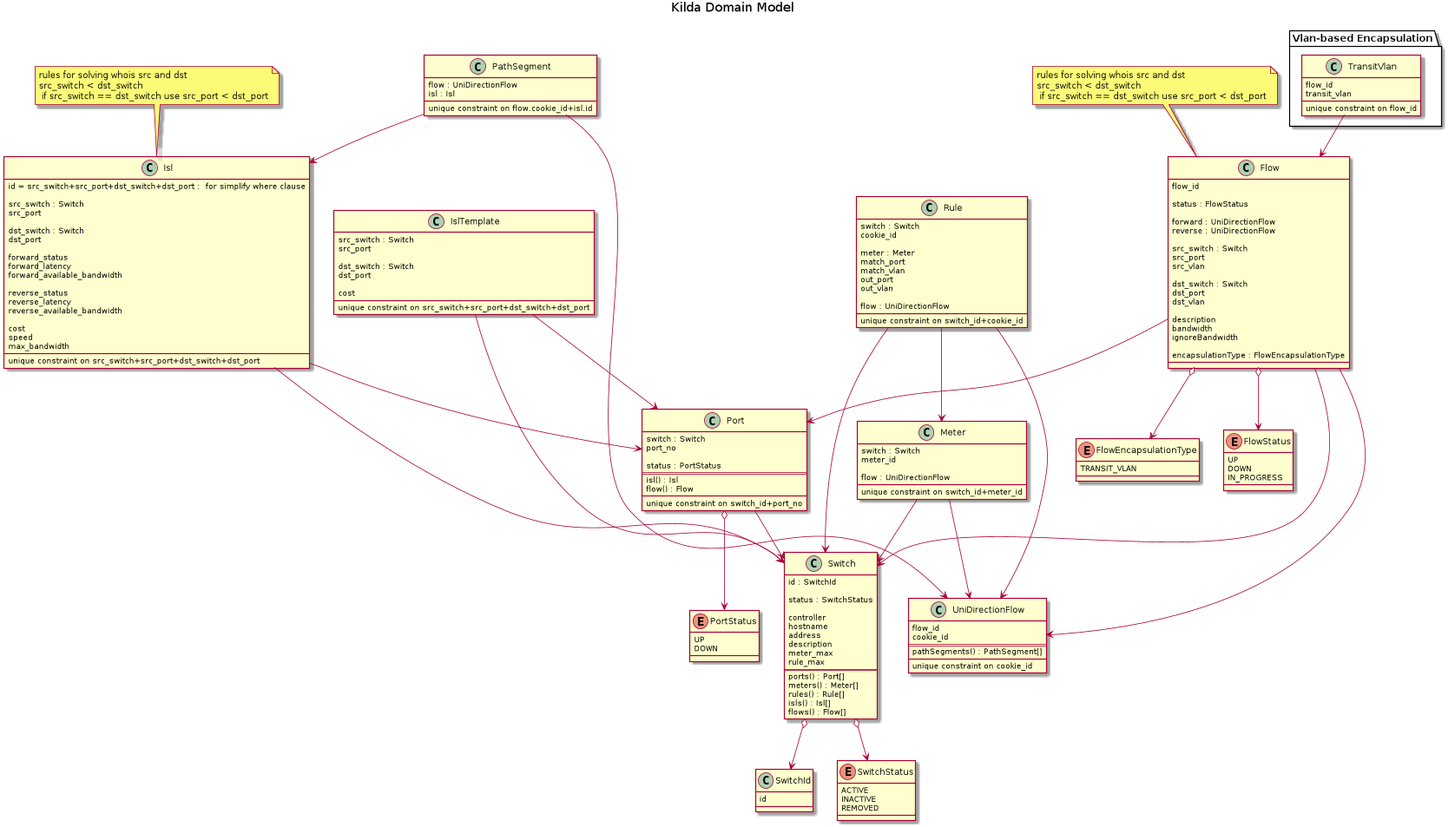
Before: docs/design/domain-model/domain-model-with-encapsulation.png, a diagram exported from PlantUML (telstra/open-kilda).
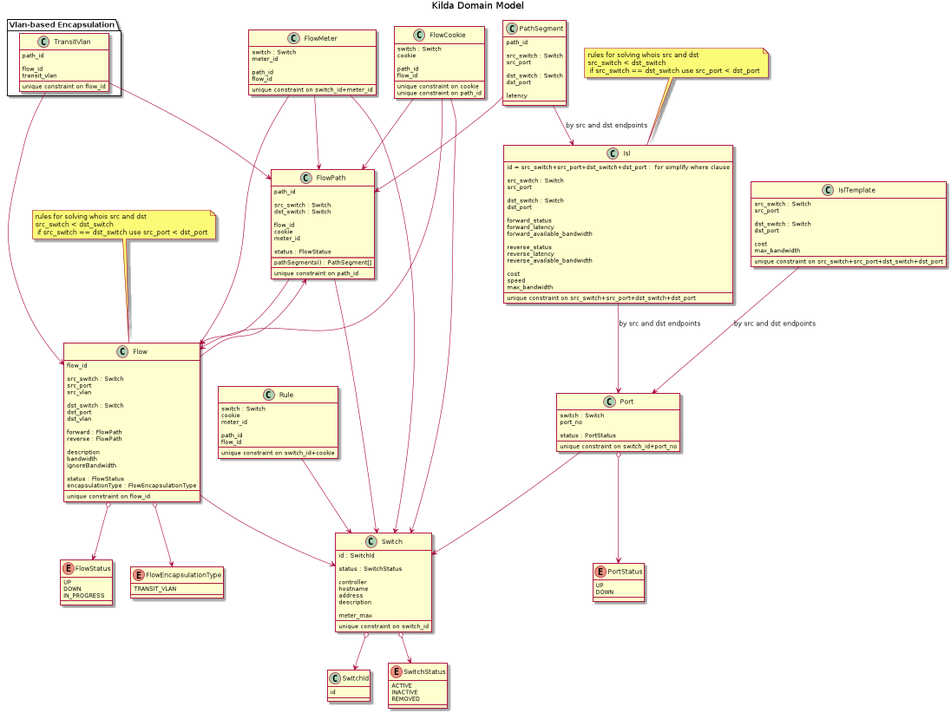
The same file after the commit.

The edit, as a diff of the source:
```diff
@@ -2,90 +2,63 @@
 
 title Kilda Domain Model
 
-together {
-    class SwitchId {
-        id
-    }
+class SwitchId {
+    id
+}
 
-    class Switch {
-        id : SwitchId
+class Switch {
+    id : SwitchId
 
-        status : SwitchStatus
+    status : SwitchStatus
 
-        controller
-        hostname
-        address
-        description
-        meter_max
-        rule_max
-        ==
-        ports() : Port[]
-        meters() : Meter[]
-        rules() : Rule[]
-        isls() : Isl[]
-        flows() : Flow[]
-    }
+    controller
+    hostname
+    address
+    description
 
-    enum SwitchStatus {
-        ACTIVE
-        INACTIVE
-        REMOVED
-    }
+    meter_max
+    __
+    unique constraint on switch_id
+}
 
-    Switch o--> SwitchStatus
-    Switch o--> SwitchId
+enum SwitchStatus {
+    ACTIVE
+    INACTIVE
+    REMOVED
+}
 
-    enum PortStatus {
-        UP
-        DOWN
-    }
+Switch o--> SwitchStatus
+Switch o--> SwitchId
 
-    class Port {
-        switch : Switch
-        port_no
+enum PortStatus {
+    UP
+    DOWN
+}
 
-        status : PortStatus
-        ==
-        isl() : Isl
-        flow() : Flow
-        __
-        unique constraint on switch_id+port_no
-    }
+class Port {
+    switch : Switch
+    port_no
 
-    Port o--> PortStatus
-    Port --> Switch
+    status : PortStatus
+    __
+    unique constraint on switch_id+port_no
+}
 
-    class Meter {
-        switch : Switch
-        meter_id
+Port o--> PortStatus
+Port --> Switch
 
-        flow : UniDirectionFlow
-        __
-        unique constraint on switch_id+meter_id
-    }
+class Rule {
+    switch : Switch
+    cookie
+    meter_id
 
-    Meter --> Switch
-    Meter --> UniDirectionFlow
+    path_id
+    flow_id
+    __
+    unique constraint on switch_id+cookie
+}
 
-    class Rule {
-        switch : Switch
-        cookie_id
-
-        meter : Meter
-        match_port
-        match_vlan
-        out_port
-        out_vlan
-
-        flow : UniDirectionFlow
-        __
-        unique constraint on switch_id+cookie_id
-    }
-
-    Rule --> Switch
-    Rule --> UniDirectionFlow
-    Rule --> Meter
-}
+Rule --> Switch
 
 class Isl {
     id = src_switch+src_port+dst_switch+dst_port :  for simplify where clause
@@ -114,8 +87,7 @@
 note "rules for solving whois src and dst\nsrc_switch < dst_switch\n if src_switch == dst_switch use src_port < dst_port" as ISL_id_note
 ISL_id_note .. Isl
 
-Isl --> Switch
-Isl --> Port
+Isl --> Port : by src and dst endpoints
 
 class IslTemplate {
     src_switch : Switch
@@ -125,52 +97,62 @@
     dst_port
 
     cost
+    max_bandwidth
     __
     unique constraint on src_switch+src_port+dst_switch+dst_port
 }
 
-IslTemplate --> Switch
-IslTemplate --> Port
+IslTemplate --> Port : by src and dst endpoints
 
 class Flow {
-  flow_id
+    flow_id
 
-  status : FlowStatus
+    src_switch : Switch
+    src_port
+    src_vlan
 
-  forward : UniDirectionFlow
-  reverse : UniDirectionFlow
+    dst_switch : Switch
+    dst_port
+    dst_vlan
 
-  src_switch : Switch
-  src_port
-  src_vlan
+    forward : FlowPath
+    reverse : FlowPath
 
-  dst_switch : Switch
-  dst_port
-  dst_vlan
+    description
+    bandwidth
+    ignoreBandwidth
 
-  description
-  bandwidth
-  ignoreBandwidth
-
-  encapsulationType : FlowEncapsulationType
+    status : FlowStatus
+    encapsulationType : FlowEncapsulationType
+    __
+    unique constraint on flow_id
 }
 
 note "rules for solving whois src and dst\nsrc_switch < dst_switch\n if src_switch == dst_switch use src_port < dst_port" as Flow_id_note
 Flow_id_note .. Flow
 
 Flow --> Switch
-Flow --> Port
+Flow --> FlowPath
 
-class UniDirectionFlow {
+class FlowPath {
+    path_id
+
+    src_switch : Switch
+    dst_switch : Switch
+
     flow_id
-    cookie_id
+    cookie
+    meter_id
+
+    status : FlowStatus
     ==
     pathSegments() : PathSegment[]
     __
-    unique constraint on cookie_id
+    unique constraint on path_id
 }
 
-Flow --> UniDirectionFlow
+FlowPath --> Switch
+FlowPath --> Flow
 
 enum FlowEncapsulationType {
    TRANSIT_VLAN
@@ -187,24 +169,61 @@
 Flow o--> FlowStatus
 
 class PathSegment {
-    flow : UniDirectionFlow
-    isl : Isl
-    __
-    unique constraint on flow.cookie_id+isl.id
+    path_id
+
+    src_switch : Switch
+    src_port
+
+    dst_switch : Switch
+    dst_port
+
+    latency
 }
 
-PathSegment --> UniDirectionFlow
-PathSegment --> Isl
+PathSegment --> FlowPath
+PathSegment --> Isl : by src and dst endpoints
+
+class FlowMeter {
+    switch : Switch
+    meter_id
+
+    path_id
+    flow_id
+    __
+    unique constraint on switch_id+meter_id
+}
+
+FlowMeter --> Switch
+FlowMeter --> Flow
+FlowMeter --> FlowPath
+
+class FlowCookie {
+    switch : Switch
+    cookie
+
+    path_id
+    flow_id
+    __
+    unique constraint on cookie
+    unique constraint on path_id
+}
+
+FlowCookie --> Switch
+FlowCookie --> Flow
+FlowCookie --> FlowPath
 
 package "Vlan-based Encapsulation" {
 
     class TransitVlan {
+        path_id
+
         flow_id
         transit_vlan
         __
         unique constraint on flow_id
     }
 
+    TransitVlan --> FlowPath
     TransitVlan --> Flow
 }
 
```
